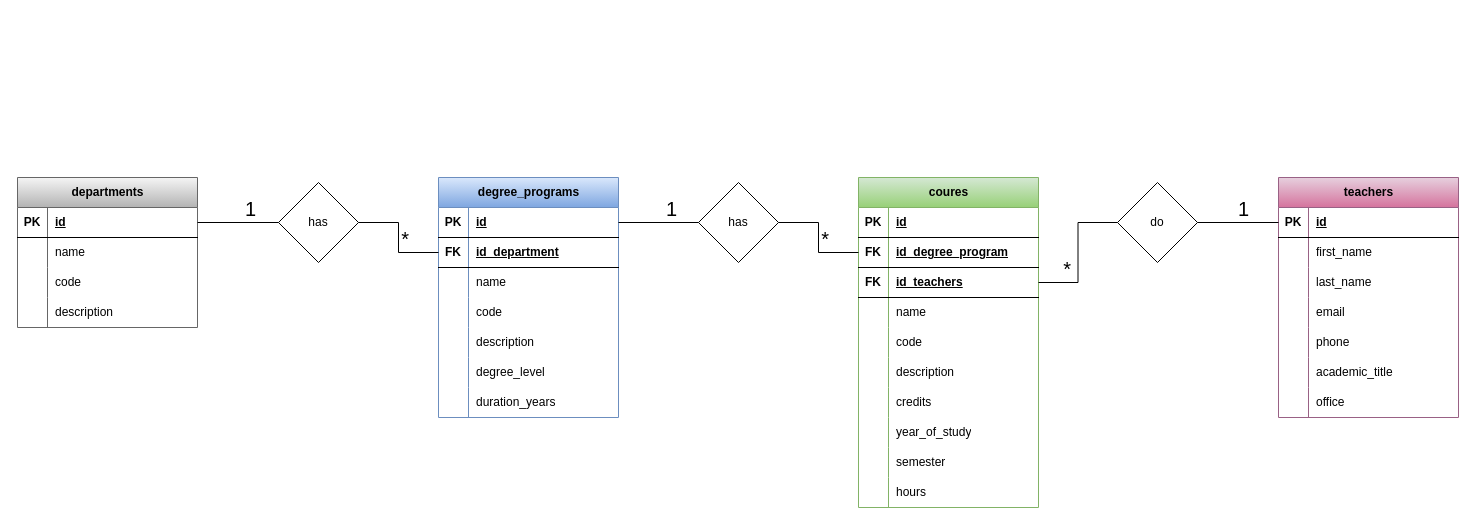
The draw.io diagram db-university.drawio in giovannimazzi/db-university, before the edit. Source tidied: cells renumbered, new cells numbered last; positions are measured from the earlier drawing's top-left corner, leaving out a move shared by most shapes. Both pictures are drawn from the tidied source at 100%, with x=0, y=0 at pixel (17, 177).
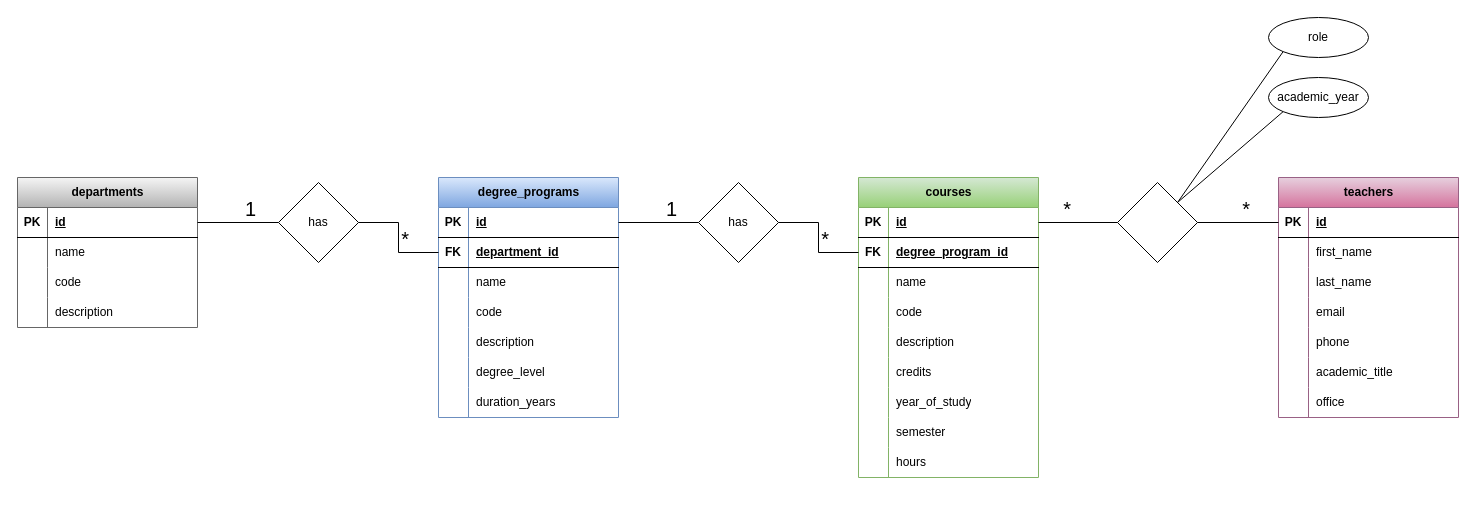
After the change.

Commit message (it also covers changes not shown here):
fix relationship error

The change refers to these unchanged cells:
```xml
<mxCell id="19" style="shape=tableRow;horizontal=0;startSize=0;swimlaneHead=0;swimlaneBody=0;fillColor=none;points=[[0,0.5],[1,0.5]];portConstraint=eastwest;top=0;left=0;right=0;bottom=1;" parent="15" vertex="1">
  <mxGeometry y="60" width="180" height="30" as="geometry" />
</mxCell>
<mxCell id="44" style="shape=tableRow;horizontal=0;startSize=0;swimlaneHead=0;swimlaneBody=0;fillColor=none;points=[[0,0.5],[1,0.5]];portConstraint=eastwest;top=0;left=0;right=0;bottom=1;" parent="43" vertex="1">
  <mxGeometry y="30" width="180" height="30" as="geometry" />
</mxCell>
<mxCell id="47" style="shape=tableRow;horizontal=0;startSize=0;swimlaneHead=0;swimlaneBody=0;fillColor=none;points=[[0,0.5],[1,0.5]];portConstraint=eastwest;top=0;left=0;right=0;bottom=1;" parent="43" vertex="1">
  <mxGeometry y="60" width="180" height="30" as="geometry" />
</mxCell>
<mxCell id="76" style="group;" parent="74" vertex="1">
  <mxGeometry x="419" width="80" height="80" as="geometry" />
</mxCell>
<mxCell id="106" style="endArrow=none;html=1;rounded=0;exitX=1;exitY=0.5;exitDx=0;exitDy=0;entryX=0;entryY=0.5;entryDx=0;entryDy=0;edgeStyle=orthogonalEdgeStyle;" parent="1" edge="1" source="77" target="83">
  <mxGeometry relative="1" as="geometry" />
</mxCell>
```

The edit, as a diff of the source:
```diff
@@
-    <mxCell id="21" value="id_department" style="shape=partialRectangle;fillColor=none;top=0;left=0;bottom=0;right=0;align=left;spacingLeft=6;fontStyle=5;overflow=hidden;whiteSpace=wrap;html=1;" parent="19" vertex="1">
+    <mxCell id="21" value="department_id" style="shape=partialRectangle;fillColor=none;top=0;left=0;bottom=0;right=0;align=left;spacingLeft=6;fontStyle=5;overflow=hidden;whiteSpace=wrap;html=1;" parent="19" vertex="1">
       <mxGeometry x="30" width="150" height="30" as="geometry" />
     </mxCell>
@@
-    <mxCell id="43" value="coures" style="shape=table;startSize=30;childLayout=tableLayout;rowLines=0;fontStyle=1;align=center;html=1;fillColor=#d5e8d4;strokeColor=#82b366;gradientColor=#97d077;" parent="1" vertex="1">
-      <mxGeometry x="841" width="180" height="330" as="geometry" />
+    <mxCell id="43" value="courses" style="shape=table;startSize=30;childLayout=tableLayout;rowLines=0;fontStyle=1;align=center;html=1;fillColor=#d5e8d4;strokeColor=#82b366;gradientColor=#97d077;" parent="1" vertex="1">
+      <mxGeometry x="841" width="180" height="300" as="geometry" />
     </mxCell>
@@
-    <mxCell id="49" value="id_degree_program" style="shape=partialRectangle;fillColor=none;top=0;left=0;bottom=0;right=0;align=left;spacingLeft=6;fontStyle=5;overflow=hidden;whiteSpace=wrap;html=1;" parent="47" vertex="1">
+    <mxCell id="49" value="degree_program_id" style="shape=partialRectangle;fillColor=none;top=0;left=0;bottom=0;right=0;align=left;spacingLeft=6;fontStyle=5;overflow=hidden;whiteSpace=wrap;html=1;" parent="47" vertex="1">
       <mxGeometry x="30" width="150" height="30" as="geometry" />
     </mxCell>
-    <mxCell id="50" style="shape=tableRow;horizontal=0;startSize=0;swimlaneHead=0;swimlaneBody=0;fillColor=none;points=[[0,0.5],[1,0.5]];portConstraint=eastwest;top=0;left=0;right=0;bottom=1;" parent="43" vertex="1">
-      <mxGeometry y="90" width="180" height="30" as="geometry" />
-    </mxCell>
-    <mxCell id="51" value="FK" style="shape=partialRectangle;fillColor=none;top=0;left=0;bottom=0;right=0;fontStyle=1;overflow=hidden;whiteSpace=wrap;html=1;" parent="50" vertex="1">
-      <mxGeometry width="30" height="30" as="geometry" />
-    </mxCell>
-    <mxCell id="52" value="id_teachers" style="shape=partialRectangle;fillColor=none;top=0;left=0;bottom=0;right=0;align=left;spacingLeft=6;fontStyle=5;overflow=hidden;whiteSpace=wrap;html=1;" parent="50" vertex="1">
-      <mxGeometry x="30" width="150" height="30" as="geometry" />
-    </mxCell>
     <mxCell id="53" style="shape=tableRow;horizontal=0;startSize=0;swimlaneHead=0;swimlaneBody=0;fillColor=none;top=0;left=0;right=0;bottom=0;" parent="43" vertex="1">
-      <mxGeometry y="120" width="180" height="30" as="geometry" />
+      <mxGeometry y="90" width="180" height="30" as="geometry" />
     </mxCell>
@@
     <mxCell id="56" style="shape=tableRow;horizontal=0;startSize=0;swimlaneHead=0;swimlaneBody=0;fillColor=none;top=0;left=0;right=0;bottom=0;" parent="43" vertex="1">
-      <mxGeometry y="150" width="180" height="30" as="geometry" />
+      <mxGeometry y="120" width="180" height="30" as="geometry" />
     </mxCell>
@@
     <mxCell id="59" style="shape=tableRow;horizontal=0;startSize=0;swimlaneHead=0;swimlaneBody=0;fillColor=none;top=0;left=0;right=0;bottom=0;" parent="43" vertex="1">
-      <mxGeometry y="180" width="180" height="30" as="geometry" />
+      <mxGeometry y="150" width="180" height="30" as="geometry" />
     </mxCell>
@@
     <mxCell id="62" style="shape=tableRow;horizontal=0;startSize=0;swimlaneHead=0;swimlaneBody=0;fillColor=none;top=0;left=0;right=0;bottom=0;" parent="43" vertex="1">
-      <mxGeometry y="210" width="180" height="30" as="geometry" />
+      <mxGeometry y="180" width="180" height="30" as="geometry" />
     </mxCell>
@@
     <mxCell id="65" style="shape=tableRow;horizontal=0;startSize=0;swimlaneHead=0;swimlaneBody=0;fillColor=none;top=0;left=0;right=0;bottom=0;" parent="43" vertex="1">
-      <mxGeometry y="240" width="180" height="30" as="geometry" />
+      <mxGeometry y="210" width="180" height="30" as="geometry" />
     </mxCell>
@@
     <mxCell id="68" style="shape=tableRow;horizontal=0;startSize=0;swimlaneHead=0;swimlaneBody=0;fillColor=none;top=0;left=0;right=0;bottom=0;" parent="43" vertex="1">
-      <mxGeometry y="270" width="180" height="30" as="geometry" />
+      <mxGeometry y="240" width="180" height="30" as="geometry" />
     </mxCell>
@@
     <mxCell id="71" style="shape=tableRow;horizontal=0;startSize=0;swimlaneHead=0;swimlaneBody=0;fillColor=none;top=0;left=0;right=0;bottom=0;" parent="43" vertex="1">
-      <mxGeometry y="300" width="180" height="30" as="geometry" />
+      <mxGeometry y="270" width="180" height="30" as="geometry" />
     </mxCell>
@@
-    <mxCell id="77" value="do" style="rhombus;whiteSpace=wrap;html=1;" parent="76" vertex="1">
+    <mxCell id="77" style="rhombus;whiteSpace=wrap;html=1;" parent="76" vertex="1">
       <mxGeometry width="80" height="80" as="geometry" />
     </mxCell>
@@
-    <mxCell id="104" style="endArrow=none;html=1;rounded=0;exitX=0;exitY=0.5;exitDx=0;exitDy=0;entryX=1;entryY=0.5;entryDx=0;entryDy=0;edgeStyle=orthogonalEdgeStyle;" parent="1" edge="1" source="77" target="50">
+    <mxCell id="104" style="endArrow=none;html=1;rounded=0;exitX=0;exitY=0.5;exitDx=0;exitDy=0;entryX=1;entryY=0.5;entryDx=0;entryDy=0;edgeStyle=orthogonalEdgeStyle;" parent="1" edge="1" source="77" target="44">
       <mxGeometry relative="1" as="geometry" />
     </mxCell>
@@
-    <mxCell id="107" value="1" style="html=1;whiteSpace=wrap;align=right;verticalAlign=bottom;fontSize=20;" parent="106" vertex="1">
+    <mxCell id="107" value="*" style="html=1;whiteSpace=wrap;align=right;verticalAlign=bottom;fontSize=20;" parent="106" vertex="1">
       <mxGeometry x="1" relative="1" as="geometry">
-        <mxPoint x="-28" as="offset" />
+        <mxPoint x="-27" as="offset" />
       </mxGeometry>
     </mxCell>
+    <mxCell id="108" value="role" style="ellipse;whiteSpace=wrap;html=1;align=center;" parent="1" vertex="1">
+      <mxGeometry x="1251" y="-160" width="100" height="40" as="geometry" />
+    </mxCell>
+    <mxCell id="109" style="endArrow=none;html=1;rounded=0;entryX=0;entryY=1;entryDx=0;entryDy=0;exitX=1;exitY=0;exitDx=0;exitDy=0;" parent="1" edge="1" source="77" target="108">
+      <mxGeometry relative="1" as="geometry" />
+    </mxCell>
+    <mxCell id="110" value="academic_year" style="ellipse;whiteSpace=wrap;html=1;align=center;" parent="1" vertex="1">
+      <mxGeometry x="1251" y="-100" width="100" height="40" as="geometry" />
+    </mxCell>
+    <mxCell id="111" style="endArrow=none;html=1;rounded=0;entryX=0;entryY=1;entryDx=0;entryDy=0;exitX=1;exitY=0;exitDx=0;exitDy=0;" parent="1" edge="1" source="77" target="110">
+      <mxGeometry relative="1" as="geometry" />
+    </mxCell>
```
